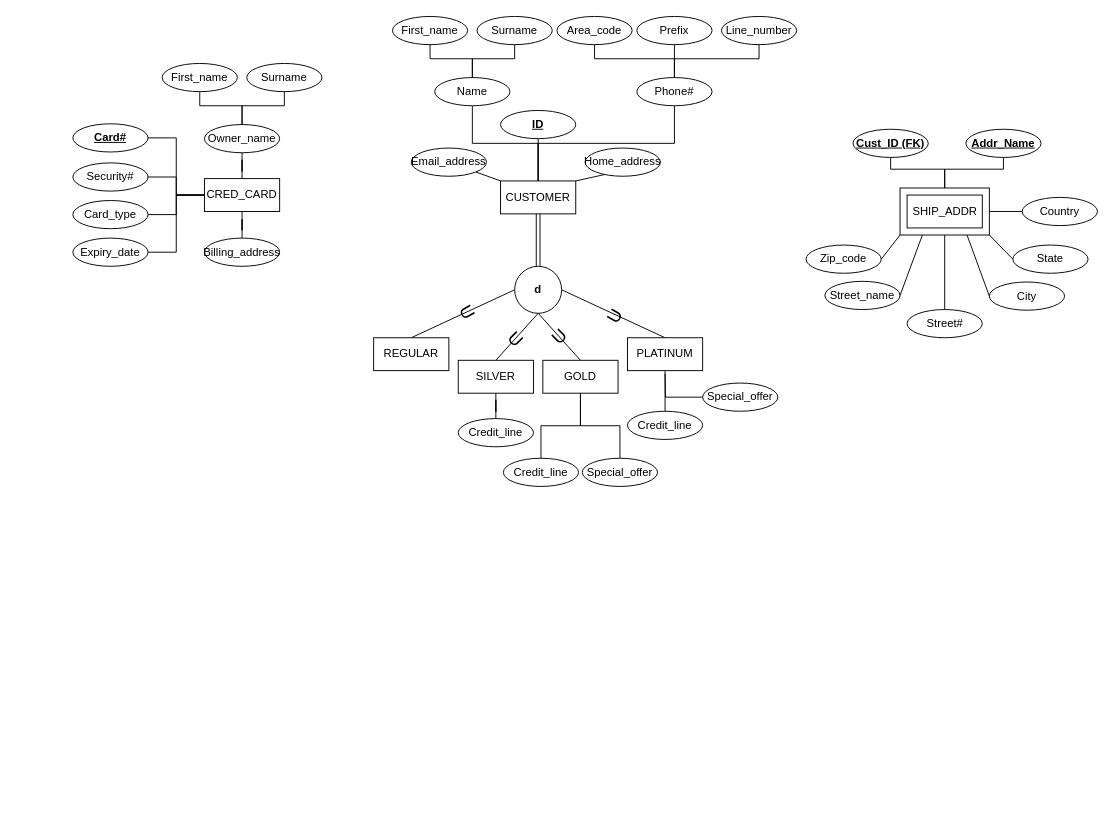
Earlier version of the draw.io diagram Project-Deliverable-1.drawio (RyBres/Database-Project). Source tidied: cells renumbered, new cells numbered last; positions are measured from the earlier drawing's top-left corner, leaving out a move shared by most shapes. Both pictures are drawn from the tidied source at 94%, with x=0, y=0 at pixel (72, 16).
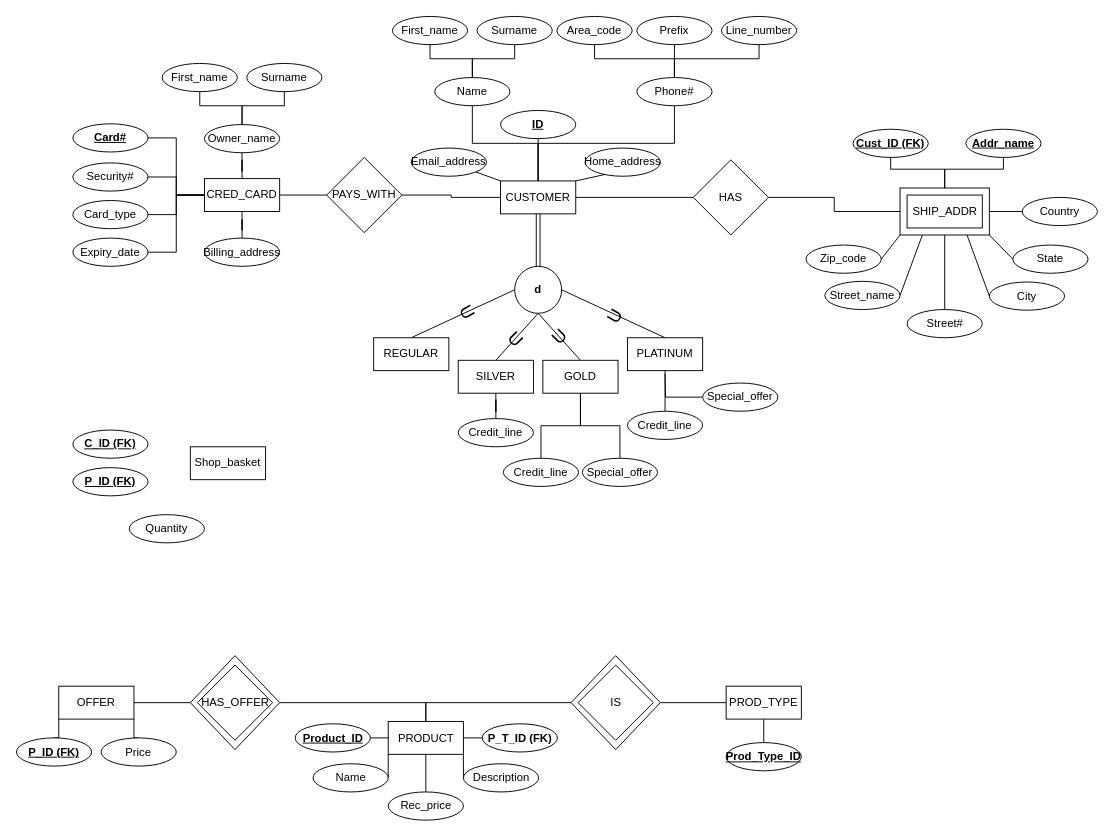
After the change.

Commit message:
Shopping basket added

The change refers to these unchanged cells:
```xml
<mxCell id="3" style="rounded=0;whiteSpace=wrap;html=1;" parent="2" vertex="1">
  <mxGeometry width="95" height="50" as="geometry" />
</mxCell>
<mxCell id="7" value="CRED_CARD" style="rounded=0;whiteSpace=wrap;html=1;" parent="1" vertex="1">
  <mxGeometry x="140" y="172.5" width="80" height="35" as="geometry" />
</mxCell>
<mxCell id="46" value="CUSTOMER" style="rounded=0;whiteSpace=wrap;html=1;" parent="40" vertex="1">
  <mxGeometry x="145" y="175" width="80" height="35" as="geometry" />
</mxCell>
```

What changed in the source:
```diff
@@
-    <mxCell id="36" value="&lt;b&gt;&lt;u&gt;Addr_Name&lt;/u&gt;&lt;/b&gt;" style="ellipse;whiteSpace=wrap;html=1;" parent="1" vertex="1">
+    <mxCell id="36" value="&lt;b&gt;&lt;u&gt;Addr_name&lt;/u&gt;&lt;/b&gt;" style="ellipse;whiteSpace=wrap;html=1;" parent="1" vertex="1">
       <mxGeometry x="950" y="120" width="80" height="30" as="geometry" />
     </mxCell>
@@
     <mxCell id="40" style="group;" parent="1" vertex="1">
-      <mxGeometry x="310" width="460" height="210" as="geometry" />
+      <mxGeometry x="310" width="460" height="232.5" as="geometry" />
     </mxCell>
@@
+    <mxCell id="90" style="edgeStyle=orthogonalEdgeStyle;rounded=0;jettySize=auto;html=1;exitX=0;exitY=0.5;exitDx=0;exitDy=0;entryX=1;entryY=0.5;entryDx=0;entryDy=0;endArrow=none;startFill=0;" parent="40" edge="1" source="46" target="93">
+      <mxGeometry relative="1" as="geometry" />
+    </mxCell>
@@
+    <mxCell id="91" style="edgeStyle=orthogonalEdgeStyle;rounded=0;jettySize=auto;html=1;exitX=0;exitY=0.5;exitDx=0;exitDy=0;entryX=1;entryY=0.5;entryDx=0;entryDy=0;endArrow=none;startFill=0;" parent="40" edge="1" source="92" target="46">
+      <mxGeometry relative="1" as="geometry" />
+    </mxCell>
+    <mxCell id="92" value="HAS" style="rhombus;whiteSpace=wrap;html=1;" parent="40" vertex="1">
+      <mxGeometry x="350" y="152.5" width="80" height="80" as="geometry" />
+    </mxCell>
+    <mxCell id="93" value="PAYS_WITH" style="rhombus;whiteSpace=wrap;html=1;" parent="40" vertex="1">
+      <mxGeometry x="-40" y="150" width="80" height="80" as="geometry" />
+    </mxCell>
@@
+    <mxCell id="94" style="edgeStyle=orthogonalEdgeStyle;rounded=0;jettySize=auto;html=1;exitX=1;exitY=0.5;exitDx=0;exitDy=0;entryX=0;entryY=0.5;entryDx=0;entryDy=0;endArrow=none;startFill=0;" parent="1" edge="1" source="92" target="3">
+      <mxGeometry relative="1" as="geometry" />
+    </mxCell>
+    <mxCell id="95" style="edgeStyle=orthogonalEdgeStyle;rounded=0;jettySize=auto;html=1;exitX=0;exitY=0.5;exitDx=0;exitDy=0;entryX=1;entryY=0.5;entryDx=0;entryDy=0;endArrow=none;startFill=0;" parent="1" edge="1" source="93" target="7">
+      <mxGeometry relative="1" as="geometry" />
+    </mxCell>
+    <mxCell id="96" style="edgeStyle=orthogonalEdgeStyle;rounded=0;jettySize=auto;html=1;exitX=1;exitY=0.5;exitDx=0;exitDy=0;entryX=0;entryY=0.5;entryDx=0;entryDy=0;endArrow=none;startFill=0;" parent="1" edge="1" source="97" target="103">
+      <mxGeometry relative="1" as="geometry" />
+    </mxCell>
+    <mxCell id="97" value="OFFER" style="rounded=0;whiteSpace=wrap;html=1;" parent="1" vertex="1">
+      <mxGeometry x="-15" y="712.5" width="80" height="35" as="geometry" />
+    </mxCell>
+    <mxCell id="98" style="edgeStyle=orthogonalEdgeStyle;rounded=0;jettySize=auto;html=1;exitX=0.5;exitY=0;exitDx=0;exitDy=0;entryX=0;entryY=1;entryDx=0;entryDy=0;endArrow=none;startFill=0;" parent="1" edge="1" source="99" target="97">
+      <mxGeometry relative="1" as="geometry" />
+    </mxCell>
+    <mxCell id="99" value="&lt;b&gt;&lt;u&gt;P_ID (FK)&lt;/u&gt;&lt;/b&gt;" style="ellipse;whiteSpace=wrap;html=1;" parent="1" vertex="1">
+      <mxGeometry x="-60" y="767.5" width="80" height="30" as="geometry" />
+    </mxCell>
+    <mxCell id="100" style="edgeStyle=orthogonalEdgeStyle;rounded=0;jettySize=auto;html=1;exitX=0.5;exitY=0;exitDx=0;exitDy=0;entryX=1;entryY=1;entryDx=0;entryDy=0;endArrow=none;startFill=0;" parent="1" edge="1" source="101" target="97">
+      <mxGeometry relative="1" as="geometry" />
+    </mxCell>
+    <mxCell id="101" value="Price" style="ellipse;whiteSpace=wrap;html=1;" parent="1" vertex="1">
+      <mxGeometry x="30" y="767.5" width="80" height="30" as="geometry" />
+    </mxCell>
+    <mxCell id="102" style="group;" parent="1" vertex="1">
+      <mxGeometry x="125" y="680" width="95" height="100" as="geometry" />
+    </mxCell>
+    <mxCell id="103" style="rhombus;whiteSpace=wrap;html=1;" parent="102" vertex="1">
+      <mxGeometry width="95" height="100" as="geometry" />
+    </mxCell>
+    <mxCell id="104" value="HAS_OFFER" style="rhombus;whiteSpace=wrap;html=1;" parent="102" vertex="1">
+      <mxGeometry x="7.5" y="10" width="80" height="80" as="geometry" />
+    </mxCell>
+    <mxCell id="105" value="PRODUCT" style="rounded=0;whiteSpace=wrap;html=1;" parent="1" vertex="1">
+      <mxGeometry x="335.5" y="750" width="80" height="35" as="geometry" />
+    </mxCell>
+    <mxCell id="106" style="edgeStyle=orthogonalEdgeStyle;rounded=0;jettySize=auto;html=1;exitX=0;exitY=0.5;exitDx=0;exitDy=0;entryX=1;entryY=0.5;entryDx=0;entryDy=0;endArrow=none;startFill=0;" parent="1" edge="1" source="108" target="121">
+      <mxGeometry relative="1" as="geometry" />
+    </mxCell>
+    <mxCell id="107" style="edgeStyle=orthogonalEdgeStyle;rounded=0;jettySize=auto;html=1;exitX=0.5;exitY=1;exitDx=0;exitDy=0;entryX=0.5;entryY=0;entryDx=0;entryDy=0;endArrow=none;startFill=0;" parent="1" edge="1" source="108" target="119">
+      <mxGeometry relative="1" as="geometry" />
+    </mxCell>
+    <mxCell id="108" value="PROD_TYPE" style="rounded=0;whiteSpace=wrap;html=1;" parent="1" vertex="1">
+      <mxGeometry x="695" y="712.5" width="80" height="35" as="geometry" />
+    </mxCell>
+    <mxCell id="109" style="edgeStyle=orthogonalEdgeStyle;rounded=0;jettySize=auto;html=1;exitX=1;exitY=0.5;exitDx=0;exitDy=0;entryX=0;entryY=0.5;entryDx=0;entryDy=0;endArrow=none;startFill=0;" parent="1" edge="1" source="110" target="105">
+      <mxGeometry relative="1" as="geometry" />
+    </mxCell>
+    <mxCell id="110" value="&lt;b&gt;&lt;u&gt;Product_ID&lt;/u&gt;&lt;/b&gt;" style="ellipse;whiteSpace=wrap;html=1;" parent="1" vertex="1">
+      <mxGeometry x="236.5" y="752.5" width="80" height="30" as="geometry" />
+    </mxCell>
+    <mxCell id="111" style="edgeStyle=orthogonalEdgeStyle;rounded=0;jettySize=auto;html=1;exitX=1;exitY=0.5;exitDx=0;exitDy=0;entryX=0;entryY=1;entryDx=0;entryDy=0;endArrow=none;startFill=0;" parent="1" edge="1" source="112" target="105">
+      <mxGeometry relative="1" as="geometry" />
+    </mxCell>
+    <mxCell id="112" value="Name" style="ellipse;whiteSpace=wrap;html=1;" parent="1" vertex="1">
+      <mxGeometry x="255.5" y="795" width="80" height="30" as="geometry" />
+    </mxCell>
+    <mxCell id="113" style="edgeStyle=orthogonalEdgeStyle;rounded=0;jettySize=auto;html=1;exitX=0.5;exitY=0;exitDx=0;exitDy=0;entryX=0.5;entryY=1;entryDx=0;entryDy=0;endArrow=none;startFill=0;" parent="1" edge="1" source="114" target="105">
+      <mxGeometry relative="1" as="geometry" />
+    </mxCell>
+    <mxCell id="114" value="Rec_price" style="ellipse;whiteSpace=wrap;html=1;" parent="1" vertex="1">
+      <mxGeometry x="335.5" y="825" width="80" height="30" as="geometry" />
+    </mxCell>
+    <mxCell id="115" style="edgeStyle=orthogonalEdgeStyle;rounded=0;jettySize=auto;html=1;exitX=0;exitY=0.5;exitDx=0;exitDy=0;entryX=1;entryY=1;entryDx=0;entryDy=0;endArrow=none;startFill=0;" parent="1" edge="1" source="116" target="105">
+      <mxGeometry relative="1" as="geometry" />
+    </mxCell>
+    <mxCell id="116" value="Description" style="ellipse;whiteSpace=wrap;html=1;" parent="1" vertex="1">
+      <mxGeometry x="415.5" y="795" width="80" height="30" as="geometry" />
+    </mxCell>
+    <mxCell id="117" style="edgeStyle=orthogonalEdgeStyle;rounded=0;jettySize=auto;html=1;exitX=0;exitY=0.5;exitDx=0;exitDy=0;entryX=1;entryY=0.5;entryDx=0;entryDy=0;endArrow=none;startFill=0;" parent="1" edge="1" source="118" target="105">
+      <mxGeometry relative="1" as="geometry" />
+    </mxCell>
+    <mxCell id="118" value="&lt;b&gt;P_T_ID (FK)&lt;/b&gt;" style="ellipse;whiteSpace=wrap;html=1;" parent="1" vertex="1">
+      <mxGeometry x="435.5" y="752.5" width="80" height="30" as="geometry" />
+    </mxCell>
+    <mxCell id="119" value="&lt;b&gt;&lt;u&gt;Prod_Type_ID&lt;/u&gt;&lt;/b&gt;" style="ellipse;whiteSpace=wrap;html=1;" parent="1" vertex="1">
+      <mxGeometry x="695" y="772.5" width="80" height="30" as="geometry" />
+    </mxCell>
+    <mxCell id="120" style="group;" parent="1" vertex="1">
+      <mxGeometry x="530" y="680" width="95" height="100" as="geometry" />
+    </mxCell>
+    <mxCell id="121" style="rhombus;whiteSpace=wrap;html=1;" parent="120" vertex="1">
+      <mxGeometry width="95" height="100" as="geometry" />
+    </mxCell>
+    <mxCell id="122" value="IS" style="rhombus;whiteSpace=wrap;html=1;" parent="120" vertex="1">
+      <mxGeometry x="7.5" y="10" width="80" height="80" as="geometry" />
+    </mxCell>
+    <mxCell id="123" style="edgeStyle=orthogonalEdgeStyle;rounded=0;jettySize=auto;html=1;exitX=0;exitY=0.5;exitDx=0;exitDy=0;entryX=0.5;entryY=0;entryDx=0;entryDy=0;endArrow=none;startFill=0;" parent="1" edge="1" source="121" target="105">
+      <mxGeometry relative="1" as="geometry" />
+    </mxCell>
+    <mxCell id="124" style="edgeStyle=orthogonalEdgeStyle;rounded=0;jettySize=auto;html=1;exitX=1;exitY=0.5;exitDx=0;exitDy=0;entryX=0.5;entryY=0;entryDx=0;entryDy=0;endArrow=none;startFill=0;" parent="1" edge="1" source="103" target="105">
+      <mxGeometry relative="1" as="geometry" />
+    </mxCell>
+    <mxCell id="125" value="Shop_basket" style="rounded=0;whiteSpace=wrap;html=1;" parent="1" vertex="1">
+      <mxGeometry x="125" y="457.8" width="80" height="35" as="geometry" />
+    </mxCell>
+    <mxCell id="126" value="Quantity" style="ellipse;whiteSpace=wrap;html=1;" parent="1" vertex="1">
+      <mxGeometry x="60" y="530" width="80" height="30" as="geometry" />
+    </mxCell>
+    <mxCell id="127" value="&lt;b&gt;&lt;u&gt;C_ID (FK)&lt;/u&gt;&lt;/b&gt;" style="ellipse;whiteSpace=wrap;html=1;" parent="1" vertex="1">
+      <mxGeometry y="440" width="80" height="30" as="geometry" />
+    </mxCell>
+    <mxCell id="128" value="&lt;b&gt;&lt;u&gt;P_ID (FK)&lt;/u&gt;&lt;/b&gt;" style="ellipse;whiteSpace=wrap;html=1;" parent="1" vertex="1">
+      <mxGeometry y="480" width="80" height="30" as="geometry" />
+    </mxCell>
```
